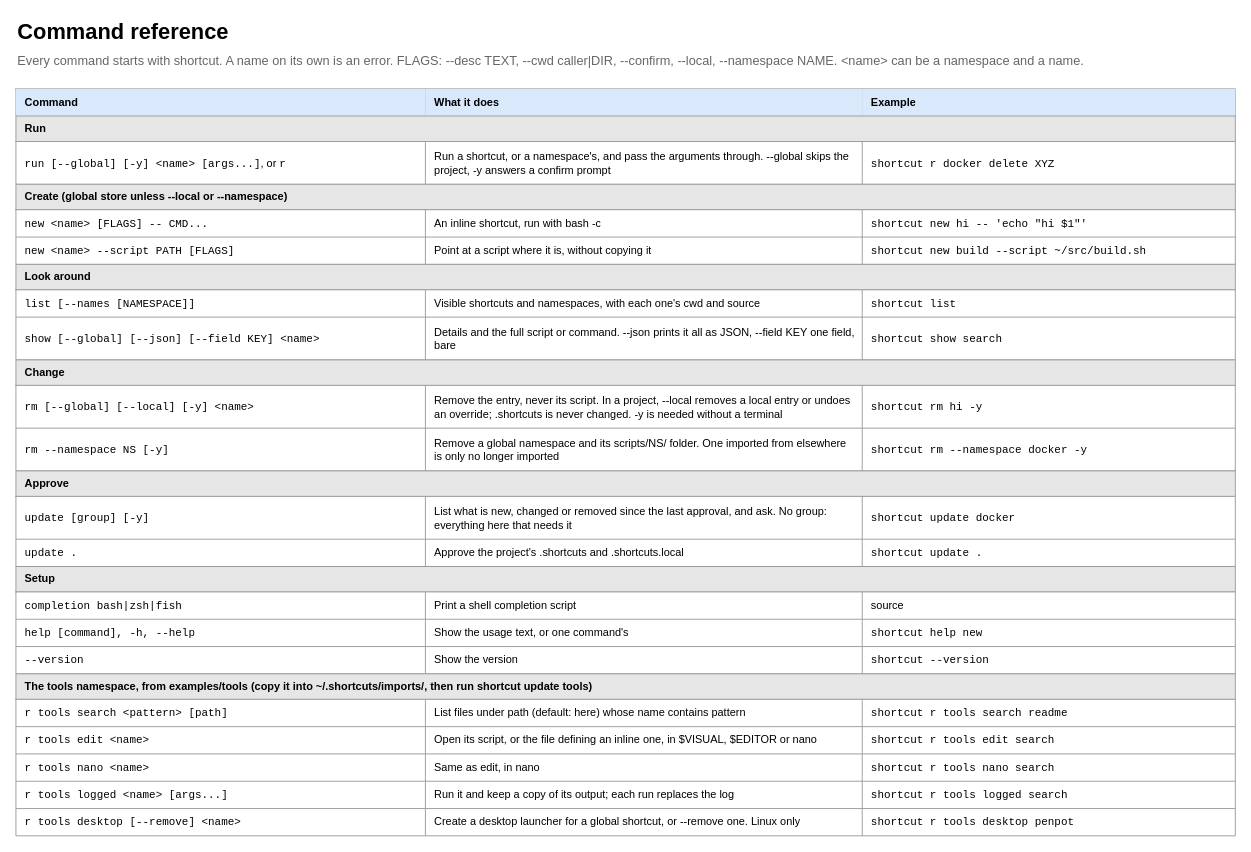
Above: page "4 Commands" (4 of 5) of docs/shortcut-overview.drawio in StanLukuvka/Shortcut (draw.io), before the change. Source tidied: cells renumbered, new cells numbered last; positions are measured from the earlier drawing's top-left corner, leaving out a move shared by most shapes. Both pictures are drawn from the tidied source at 91%, with x=0, y=0 at pixel (15, 15).
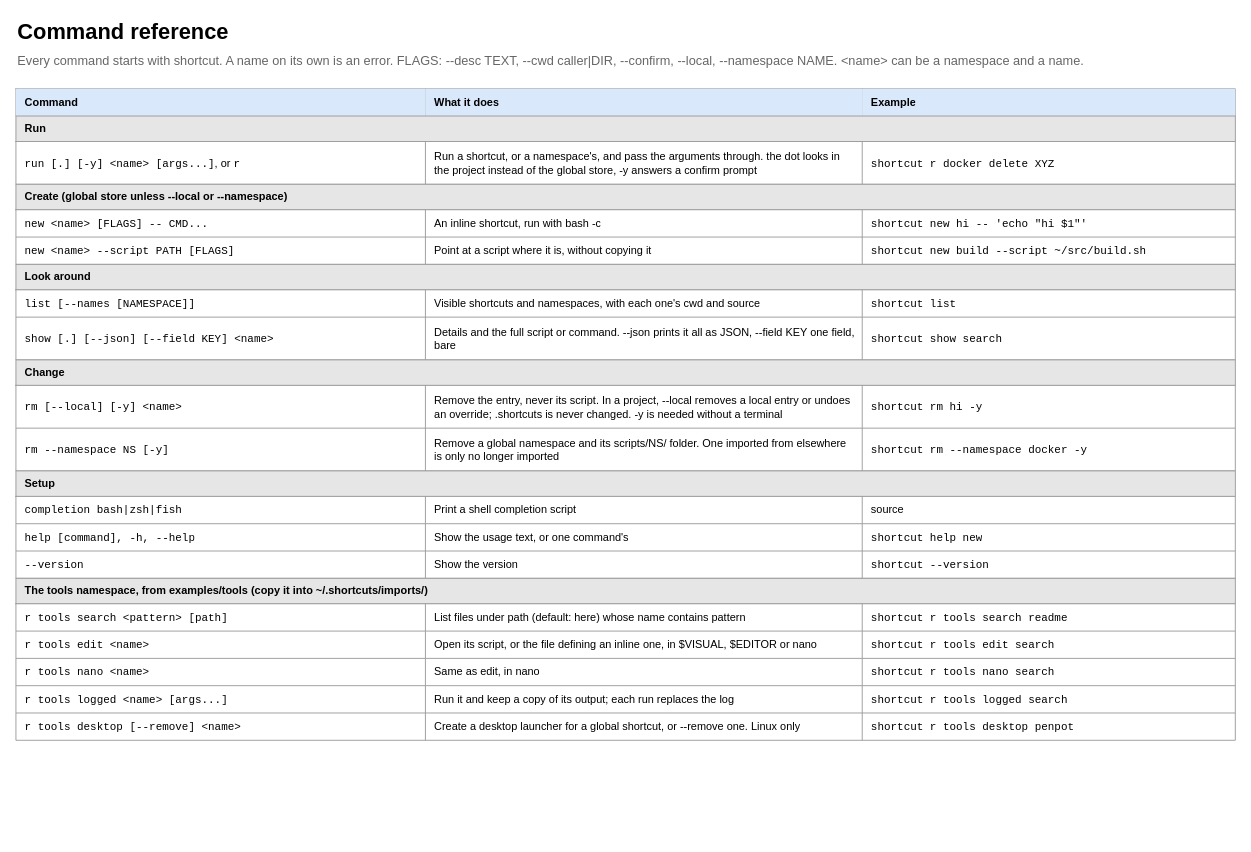
The same diagram, later.

The change refers to these unchanged cells:
```xml
<mxCell id="11" style="shape=tableRow;horizontal=0;startSize=0;swimlaneHead=0;swimlaneBody=0;strokeColor=inherit;top=0;left=0;bottom=0;right=0;fillColor=none;html=1;" parent="10" vertex="1">
  <mxGeometry width="1340" height="47" as="geometry" />
</mxCell>
<mxCell id="31" style="shape=tableRow;horizontal=0;startSize=0;swimlaneHead=0;swimlaneBody=0;strokeColor=inherit;top=0;left=0;bottom=0;right=0;fillColor=none;html=1;" parent="26" vertex="1">
  <mxGeometry y="30" width="1340" height="47" as="geometry" />
</mxCell>
<mxCell id="37" style="shape=tableRow;horizontal=0;startSize=0;swimlaneHead=0;swimlaneBody=0;strokeColor=inherit;top=0;left=0;bottom=0;right=0;fillColor=none;html=1;" parent="36" vertex="1">
  <mxGeometry width="1340" height="47" as="geometry" />
</mxCell>
```

Diff of the diagram source:
```diff
@@
-    <mxCell id="12" value="&lt;font face=&quot;monospace&quot;&gt;run [--global] [-y] &amp;lt;name&amp;gt; [args...]&lt;/font&gt;, or &lt;font face=&quot;monospace&quot;&gt;r&lt;/font&gt;" style="shape=partialRectangle;html=1;whiteSpace=wrap;strokeColor=inherit;overflow=hidden;fillColor=none;top=0;left=0;bottom=0;right=0;align=left;verticalAlign=middle;spacingLeft=8;spacingRight=6;fontSize=12;" parent="11" vertex="1">
+    <mxCell id="12" value="&lt;font face=&quot;monospace&quot;&gt;run [.] [-y] &amp;lt;name&amp;gt; [args...]&lt;/font&gt;, or &lt;font face=&quot;monospace&quot;&gt;r&lt;/font&gt;" style="shape=partialRectangle;html=1;whiteSpace=wrap;strokeColor=inherit;overflow=hidden;fillColor=none;top=0;left=0;bottom=0;right=0;align=left;verticalAlign=middle;spacingLeft=8;spacingRight=6;fontSize=12;" parent="11" vertex="1">
       <mxGeometry width="450" height="47" as="geometry" />
     </mxCell>
-    <mxCell id="13" value="Run a shortcut, or a namespace's, and pass the arguments through. --global skips the project, -y answers a confirm prompt" style="shape=partialRectangle;html=1;whiteSpace=wrap;strokeColor=inherit;overflow=hidden;fillColor=none;top=0;left=0;bottom=0;right=0;align=left;verticalAlign=middle;spacingLeft=8;spacingRight=6;fontSize=12;" parent="11" vertex="1">
+    <mxCell id="13" value="Run a shortcut, or a namespace's, and pass the arguments through. the dot looks in the project instead of the global store, -y answers a confirm prompt" style="shape=partialRectangle;html=1;whiteSpace=wrap;strokeColor=inherit;overflow=hidden;fillColor=none;top=0;left=0;bottom=0;right=0;align=left;verticalAlign=middle;spacingLeft=8;spacingRight=6;fontSize=12;" parent="11" vertex="1">
       <mxGeometry x="450" width="480" height="47" as="geometry" />
     </mxCell>
@@
-    <mxCell id="32" value="&lt;font face=&quot;monospace&quot;&gt;show [--global] [--json] [--field KEY] &amp;lt;name&amp;gt;&lt;/font&gt;" style="shape=partialRectangle;html=1;whiteSpace=wrap;strokeColor=inherit;overflow=hidden;fillColor=none;top=0;left=0;bottom=0;right=0;align=left;verticalAlign=middle;spacingLeft=8;spacingRight=6;fontSize=12;" parent="31" vertex="1">
+    <mxCell id="32" value="&lt;font face=&quot;monospace&quot;&gt;show [.] [--json] [--field KEY] &amp;lt;name&amp;gt;&lt;/font&gt;" style="shape=partialRectangle;html=1;whiteSpace=wrap;strokeColor=inherit;overflow=hidden;fillColor=none;top=0;left=0;bottom=0;right=0;align=left;verticalAlign=middle;spacingLeft=8;spacingRight=6;fontSize=12;" parent="31" vertex="1">
       <mxGeometry width="450" height="47" as="geometry" />
     </mxCell>
@@
-    <mxCell id="38" value="&lt;font face=&quot;monospace&quot;&gt;rm [--global] [--local] [-y] &amp;lt;name&amp;gt;&lt;/font&gt;" style="shape=partialRectangle;html=1;whiteSpace=wrap;strokeColor=inherit;overflow=hidden;fillColor=none;top=0;left=0;bottom=0;right=0;align=left;verticalAlign=middle;spacingLeft=8;spacingRight=6;fontSize=12;" parent="37" vertex="1">
+    <mxCell id="38" value="&lt;font face=&quot;monospace&quot;&gt;rm [--local] [-y] &amp;lt;name&amp;gt;&lt;/font&gt;" style="shape=partialRectangle;html=1;whiteSpace=wrap;strokeColor=inherit;overflow=hidden;fillColor=none;top=0;left=0;bottom=0;right=0;align=left;verticalAlign=middle;spacingLeft=8;spacingRight=6;fontSize=12;" parent="37" vertex="1">
       <mxGeometry width="450" height="47" as="geometry" />
     </mxCell>
@@
-    <mxCell id="45" value="&lt;b&gt;&lt;b&gt;Approve&lt;/b&gt;&lt;/b&gt;" style="rounded=0;html=1;whiteSpace=wrap;strokeColor=#999999;fillColor=#e6e6e6;align=left;verticalAlign=middle;spacingLeft=8;fontSize=12;" parent="1" vertex="1">
-      <mxGeometry y="500" width="1340" height="28" as="geometry" />
-    </mxCell>
-    <mxCell id="46" style="shape=table;startSize=0;childLayout=tableLayout;strokeColor=#999999;fontSize=12;html=1;" parent="1" vertex="1">
-      <mxGeometry y="528" width="1340" height="77" as="geometry" />
-    </mxCell>
-    <mxCell id="47" style="shape=tableRow;horizontal=0;startSize=0;swimlaneHead=0;swimlaneBody=0;strokeColor=inherit;top=0;left=0;bottom=0;right=0;fillColor=none;html=1;" parent="46" vertex="1">
-      <mxGeometry width="1340" height="47" as="geometry" />
-    </mxCell>
-    <mxCell id="48" value="&lt;font face=&quot;monospace&quot;&gt;update [group] [-y]&lt;/font&gt;" style="shape=partialRectangle;html=1;whiteSpace=wrap;strokeColor=inherit;overflow=hidden;fillColor=none;top=0;left=0;bottom=0;right=0;align=left;verticalAlign=middle;spacingLeft=8;spacingRight=6;fontSize=12;" parent="47" vertex="1">
-      <mxGeometry width="450" height="47" as="geometry" />
-    </mxCell>
-    <mxCell id="49" value="List what is new, changed or removed since the last approval, and ask. No group: everything here that needs it" style="shape=partialRectangle;html=1;whiteSpace=wrap;strokeColor=inherit;overflow=hidden;fillColor=none;top=0;left=0;bottom=0;right=0;align=left;verticalAlign=middle;spacingLeft=8;spacingRight=6;fontSize=12;" parent="47" vertex="1">
-      <mxGeometry x="450" width="480" height="47" as="geometry" />
-    </mxCell>
-    <mxCell id="50" value="&lt;font face=&quot;monospace&quot;&gt;shortcut update docker&lt;/font&gt;" style="shape=partialRectangle;html=1;whiteSpace=wrap;strokeColor=inherit;overflow=hidden;fillColor=none;top=0;left=0;bottom=0;right=0;align=left;verticalAlign=middle;spacingLeft=8;spacingRight=6;fontSize=12;" parent="47" vertex="1">
-      <mxGeometry x="930" width="410" height="47" as="geometry" />
-    </mxCell>
-    <mxCell id="51" style="shape=tableRow;horizontal=0;startSize=0;swimlaneHead=0;swimlaneBody=0;strokeColor=inherit;top=0;left=0;bottom=0;right=0;fillColor=none;html=1;" parent="46" vertex="1">
-      <mxGeometry y="47" width="1340" height="30" as="geometry" />
-    </mxCell>
-    <mxCell id="52" value="&lt;font face=&quot;monospace&quot;&gt;update .&lt;/font&gt;" style="shape=partialRectangle;html=1;whiteSpace=wrap;strokeColor=inherit;overflow=hidden;fillColor=none;top=0;left=0;bottom=0;right=0;align=left;verticalAlign=middle;spacingLeft=8;spacingRight=6;fontSize=12;" parent="51" vertex="1">
-      <mxGeometry width="450" height="30" as="geometry" />
-    </mxCell>
-    <mxCell id="53" value="Approve the project's .shortcuts and .shortcuts.local" style="shape=partialRectangle;html=1;whiteSpace=wrap;strokeColor=inherit;overflow=hidden;fillColor=none;top=0;left=0;bottom=0;right=0;align=left;verticalAlign=middle;spacingLeft=8;spacingRight=6;fontSize=12;" parent="51" vertex="1">
-      <mxGeometry x="450" width="480" height="30" as="geometry" />
-    </mxCell>
-    <mxCell id="54" value="&lt;font face=&quot;monospace&quot;&gt;shortcut update .&lt;/font&gt;" style="shape=partialRectangle;html=1;whiteSpace=wrap;strokeColor=inherit;overflow=hidden;fillColor=none;top=0;left=0;bottom=0;right=0;align=left;verticalAlign=middle;spacingLeft=8;spacingRight=6;fontSize=12;" parent="51" vertex="1">
-      <mxGeometry x="930" width="410" height="30" as="geometry" />
-    </mxCell>
     <mxCell id="55" value="&lt;b&gt;&lt;b&gt;Setup&lt;/b&gt;&lt;/b&gt;" style="rounded=0;html=1;whiteSpace=wrap;strokeColor=#999999;fillColor=#e6e6e6;align=left;verticalAlign=middle;spacingLeft=8;fontSize=12;" parent="1" vertex="1">
-      <mxGeometry y="605" width="1340" height="28" as="geometry" />
+      <mxGeometry y="500" width="1340" height="28" as="geometry" />
     </mxCell>
     <mxCell id="56" style="shape=table;startSize=0;childLayout=tableLayout;strokeColor=#999999;fontSize=12;html=1;" parent="1" vertex="1">
-      <mxGeometry y="633" width="1340" height="90" as="geometry" />
+      <mxGeometry y="528" width="1340" height="90" as="geometry" />
     </mxCell>
@@
-    <mxCell id="69" value="&lt;b&gt;&lt;b&gt;The tools namespace, from examples/tools (copy it into ~/.shortcuts/imports/, then run shortcut update tools)&lt;/b&gt;&lt;/b&gt;" style="rounded=0;html=1;whiteSpace=wrap;strokeColor=#999999;fillColor=#e6e6e6;align=left;verticalAlign=middle;spacingLeft=8;fontSize=12;" parent="1" vertex="1">
-      <mxGeometry y="723" width="1340" height="28" as="geometry" />
+    <mxCell id="69" value="&lt;b&gt;&lt;b&gt;The tools namespace, from examples/tools (copy it into ~/.shortcuts/imports/)&lt;/b&gt;&lt;/b&gt;" style="rounded=0;html=1;whiteSpace=wrap;strokeColor=#999999;fillColor=#e6e6e6;align=left;verticalAlign=middle;spacingLeft=8;fontSize=12;" parent="1" vertex="1">
+      <mxGeometry y="618" width="1340" height="28" as="geometry" />
     </mxCell>
     <mxCell id="70" style="shape=table;startSize=0;childLayout=tableLayout;strokeColor=#999999;fontSize=12;html=1;" parent="1" vertex="1">
-      <mxGeometry y="751" width="1340" height="150" as="geometry" />
+      <mxGeometry y="646" width="1340" height="150" as="geometry" />
     </mxCell>
```
